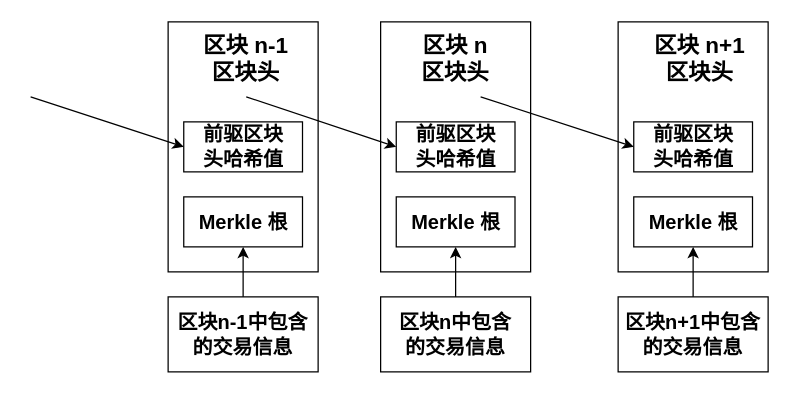
Above: block.drawio in liugangjian/BTCWallet (draw.io), before the change. Source tidied: cells renumbered, new cells numbered last; positions are measured from the earlier drawing's top-left corner, leaving out a move shared by most shapes. Both pictures are drawn from the tidied source at 125%, with x=0, y=0 at pixel (30, 21).
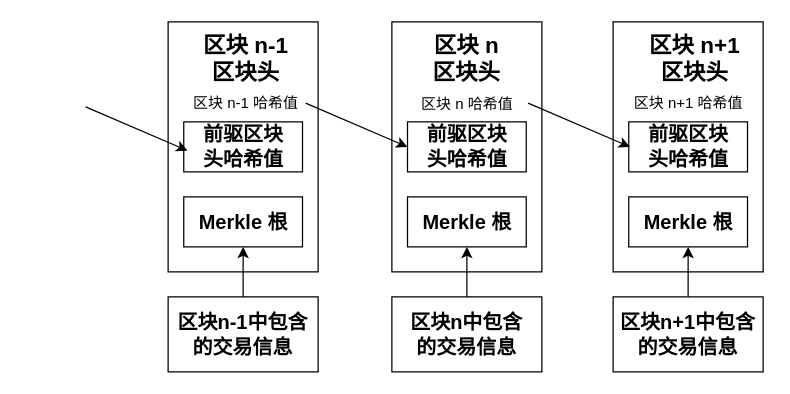
Above is the later version.

The change refers to these unchanged cells:
```xml
<mxCell id="11" value="&lt;font style=&quot;font-size: 16px&quot;&gt;&lt;b&gt;前驱区块&lt;br&gt;头哈希值&lt;/b&gt;&lt;/font&gt;" style="rounded=0;whiteSpace=wrap;html=1;" parent="8" vertex="1">
  <mxGeometry x="12.5" y="80" width="95" height="40" as="geometry" />
</mxCell>
```

What changed in the source:
```diff
@@
-    <mxCell id="2" style="rounded=0;whiteSpace=wrap;html=1;" parent="1" vertex="1">
-      <mxGeometry x="110" width="120" height="200" as="geometry" />
-    </mxCell>
-    <mxCell id="3" value="&lt;font style=&quot;font-size: 18px&quot;&gt;&lt;b&gt;区块 n-1&lt;br&gt;区块头&lt;br&gt;&lt;/b&gt;&lt;/font&gt;" style="text;html=1;strokeColor=none;fillColor=none;align=center;verticalAlign=middle;whiteSpace=wrap;rounded=0;" parent="1" vertex="1">
-      <mxGeometry x="135" width="75" height="60" as="geometry" />
-    </mxCell>
-    <mxCell id="4" value="&lt;font style=&quot;font-size: 16px&quot;&gt;&lt;b&gt;前驱区块&lt;br&gt;头哈希值&lt;/b&gt;&lt;/font&gt;" style="rounded=0;whiteSpace=wrap;html=1;" parent="1" vertex="1">
-      <mxGeometry x="122.5" y="80" width="95" height="40" as="geometry" />
-    </mxCell>
-    <mxCell id="5" value="&lt;span style=&quot;font-size: 16px&quot;&gt;&lt;b&gt;Merkle 根&lt;/b&gt;&lt;/span&gt;" style="rounded=0;whiteSpace=wrap;html=1;" parent="1" vertex="1">
-      <mxGeometry x="122.5" y="140" width="95" height="40" as="geometry" />
-    </mxCell>
-    <mxCell id="6" style="edgeStyle=orthogonalEdgeStyle;rounded=0;jettySize=auto;html=1;exitX=0.5;exitY=0;exitDx=0;exitDy=0;entryX=0.5;entryY=1;entryDx=0;entryDy=0;" parent="1" edge="1" source="7" target="5">
-      <mxGeometry relative="1" as="geometry" />
-    </mxCell>
-    <mxCell id="7" value="&lt;b&gt;&lt;font style=&quot;font-size: 16px&quot;&gt;区块n-1中包含&lt;br&gt;的交易信息&lt;/font&gt;&lt;/b&gt;" style="rounded=0;whiteSpace=wrap;html=1;" parent="1" vertex="1">
-      <mxGeometry x="110" y="220" width="120" height="60" as="geometry" />
-    </mxCell>
     <mxCell id="8" style="group;" parent="1" vertex="1">
-      <mxGeometry x="280" width="120" height="280" as="geometry" />
+      <mxGeometry x="289" width="120" height="280" as="geometry" />
     </mxCell>
@@
+    <mxCell id="25" value="区块 n 哈希值" style="text;html=1;strokeColor=none;fillColor=none;align=center;verticalAlign=middle;whiteSpace=wrap;rounded=0;" parent="8" vertex="1">
+      <mxGeometry x="12.5" y="56" width="95" height="20" as="geometry" />
+    </mxCell>
     <mxCell id="15" style="group;" parent="1" vertex="1">
-      <mxGeometry x="470" width="120" height="280" as="geometry" />
+      <mxGeometry x="466" width="120" height="280" as="geometry" />
     </mxCell>
@@
-    <mxCell id="22" style="endArrow=classic;html=1;entryX=0;entryY=0.5;entryDx=0;entryDy=0;exitX=0.5;exitY=1;exitDx=0;exitDy=0;" parent="1" edge="1" source="3" target="11">
-      <mxGeometry relative="1" as="geometry" />
-    </mxCell>
-    <mxCell id="23" style="endArrow=classic;html=1;entryX=0;entryY=0.5;entryDx=0;entryDy=0;exitX=0.5;exitY=1;exitDx=0;exitDy=0;" parent="1" edge="1">
-      <mxGeometry relative="1" as="geometry">
-        <mxPoint x="360" y="60" as="sourcePoint" />
-        <mxPoint x="482.5" y="100" as="targetPoint" />
-      </mxGeometry>
-    </mxCell>
-    <mxCell id="24" style="endArrow=classic;html=1;entryX=0;entryY=0.5;entryDx=0;entryDy=0;exitX=0.5;exitY=1;exitDx=0;exitDy=0;" parent="1" edge="1">
-      <mxGeometry relative="1" as="geometry">
-        <mxPoint y="60" as="sourcePoint" />
-        <mxPoint x="122.5" y="100" as="targetPoint" />
-      </mxGeometry>
-    </mxCell>
+    <mxCell id="26" value="区块 n+1 哈希值" style="text;html=1;strokeColor=none;fillColor=none;align=center;verticalAlign=middle;whiteSpace=wrap;rounded=0;" parent="15" vertex="1">
+      <mxGeometry x="12.5" y="55" width="95" height="20" as="geometry" />
+    </mxCell>
+    <mxCell id="27" style="group;" parent="1" vertex="1">
+      <mxGeometry x="110" width="120" height="280" as="geometry" />
+    </mxCell>
+    <mxCell id="2" style="rounded=0;whiteSpace=wrap;html=1;" parent="27" vertex="1">
+      <mxGeometry width="120" height="200" as="geometry" />
+    </mxCell>
+    <mxCell id="3" value="&lt;font style=&quot;font-size: 18px&quot;&gt;&lt;b&gt;区块 n-1&lt;br&gt;区块头&lt;br&gt;&lt;/b&gt;&lt;/font&gt;" style="text;html=1;strokeColor=none;fillColor=none;align=center;verticalAlign=middle;whiteSpace=wrap;rounded=0;" parent="27" vertex="1">
+      <mxGeometry x="25" width="75" height="60" as="geometry" />
+    </mxCell>
+    <mxCell id="4" value="&lt;font style=&quot;font-size: 16px&quot;&gt;&lt;b&gt;前驱区块&lt;br&gt;头哈希值&lt;/b&gt;&lt;/font&gt;" style="rounded=0;whiteSpace=wrap;html=1;" parent="27" vertex="1">
+      <mxGeometry x="12.5" y="80" width="95" height="40" as="geometry" />
+    </mxCell>
+    <mxCell id="5" value="&lt;span style=&quot;font-size: 16px&quot;&gt;&lt;b&gt;Merkle 根&lt;/b&gt;&lt;/span&gt;" style="rounded=0;whiteSpace=wrap;html=1;" parent="27" vertex="1">
+      <mxGeometry x="12.5" y="140" width="95" height="40" as="geometry" />
+    </mxCell>
+    <mxCell id="6" style="edgeStyle=orthogonalEdgeStyle;rounded=0;jettySize=auto;html=1;exitX=0.5;exitY=0;exitDx=0;exitDy=0;entryX=0.5;entryY=1;entryDx=0;entryDy=0;" parent="27" edge="1" source="7" target="5">
+      <mxGeometry relative="1" as="geometry" />
+    </mxCell>
+    <mxCell id="7" value="&lt;b&gt;&lt;font style=&quot;font-size: 16px&quot;&gt;区块n-1中包含&lt;br&gt;的交易信息&lt;/font&gt;&lt;/b&gt;" style="rounded=0;whiteSpace=wrap;html=1;" parent="27" vertex="1">
+      <mxGeometry y="220" width="120" height="60" as="geometry" />
+    </mxCell>
+    <mxCell id="28" value="区块 n-1 哈希值" style="text;html=1;strokeColor=none;fillColor=none;align=center;verticalAlign=middle;whiteSpace=wrap;rounded=0;" parent="27" vertex="1">
+      <mxGeometry x="15" y="55" width="95" height="20" as="geometry" />
+    </mxCell>
+    <mxCell id="29" style="endArrow=classic;html=1;exitX=1;exitY=0.5;exitDx=0;exitDy=0;entryX=0;entryY=0.5;entryDx=0;entryDy=0;" parent="1" edge="1">
+      <mxGeometry relative="1" as="geometry">
+        <mxPoint x="398" y="65" as="sourcePoint" />
+        <mxPoint x="479.5" y="100" as="targetPoint" />
+      </mxGeometry>
+    </mxCell>
+    <mxCell id="30" style="endArrow=classic;html=1;exitX=1;exitY=0.5;exitDx=0;exitDy=0;entryX=0;entryY=0.5;entryDx=0;entryDy=0;" parent="1" edge="1" source="28" target="11">
+      <mxGeometry relative="1" as="geometry" />
+    </mxCell>
+    <mxCell id="31" style="endArrow=classic;html=1;exitX=1;exitY=0.5;exitDx=0;exitDy=0;entryX=0;entryY=0.5;entryDx=0;entryDy=0;" parent="1" edge="1">
+      <mxGeometry relative="1" as="geometry">
+        <mxPoint x="44" y="68" as="sourcePoint" />
+        <mxPoint x="125.5" y="103" as="targetPoint" />
+      </mxGeometry>
+    </mxCell>
```
